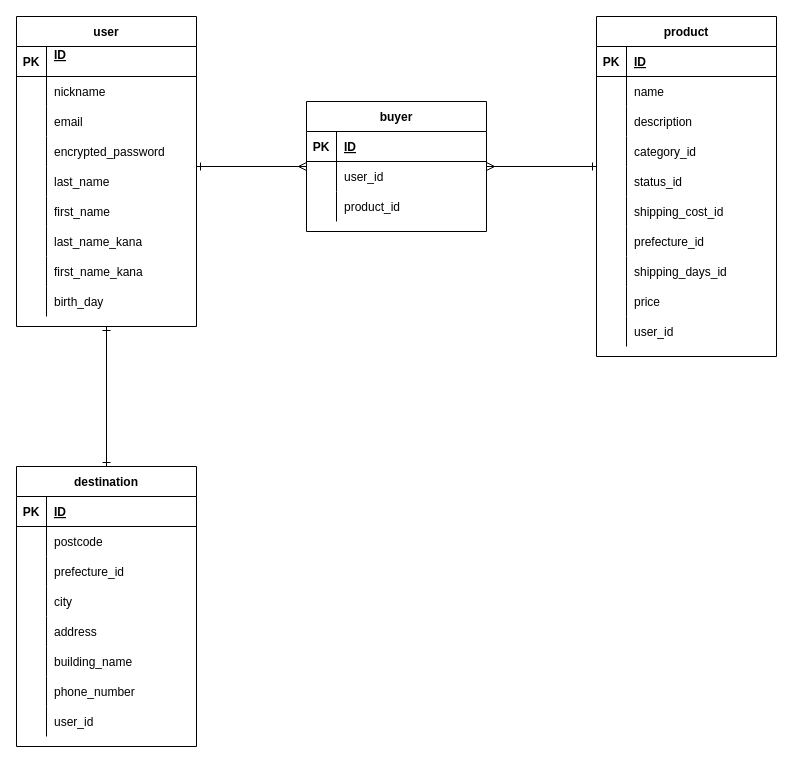
The draw.io diagram app/furima.dio in grimstash420/furima-32864, before the edit. Source tidied: cells renumbered, new cells numbered last; positions are measured from the earlier drawing's top-left corner, leaving out a move shared by most shapes. Both pictures are drawn from the tidied source at 100%, with x=0, y=0 at pixel (16, 16).
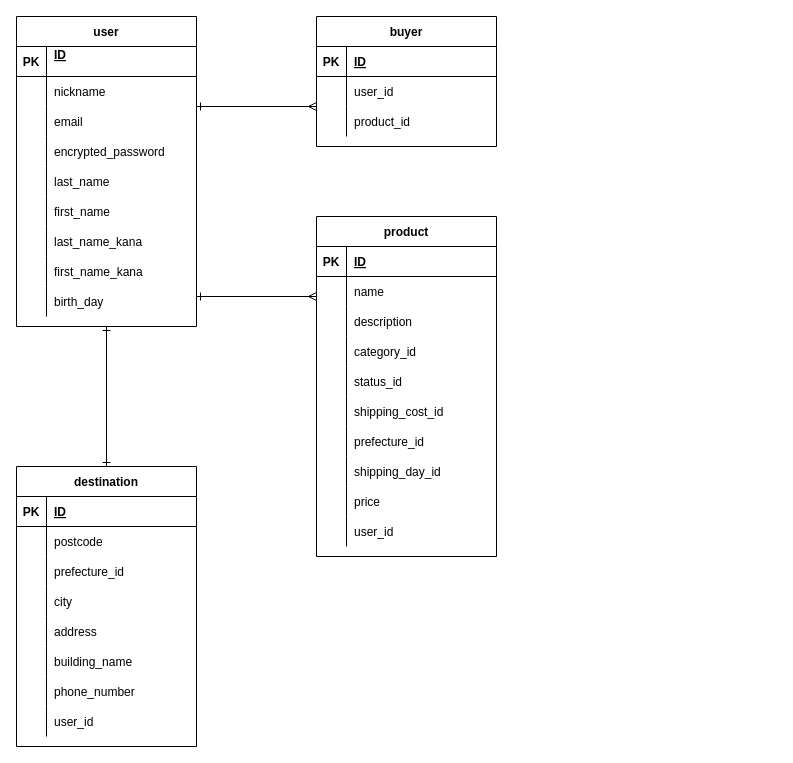
The same page after the edit.

Commit message (it also covers changes not shown here):
データベースの設計

Unchanged cells that the change refers to:
```xml
<mxCell id="52" style="shape=partialRectangle;fillColor=none;top=0;left=0;bottom=0;right=0;" parent="30" vertex="1">
  <mxGeometry y="240" width="180" height="30" as="geometry" />
</mxCell>
```

The edit, as a diff of the source:
```diff
@@
     <mxCell id="30" value="product" style="shape=table;startSize=30;childLayout=tableLayout;rowLines=0;fontStyle=1;align=center;" parent="1" vertex="1">
-      <mxGeometry x="580" width="180" height="340" as="geometry" />
+      <mxGeometry x="300" y="200" width="180" height="340" as="geometry" />
     </mxCell>
@@
-    <mxCell id="54" value="shipping_days_id" style="shape=partialRectangle;fillColor=none;top=0;left=0;bottom=0;right=0;align=left;spacingLeft=6;overflow=hidden;" parent="52" vertex="1">
+    <mxCell id="54" value="shipping_day_id" style="shape=partialRectangle;fillColor=none;top=0;left=0;bottom=0;right=0;align=left;spacingLeft=6;overflow=hidden;" parent="52" vertex="1">
       <mxGeometry x="30" width="150" height="30" as="geometry" />
     </mxCell>
@@
     <mxCell id="87" value="buyer" style="shape=table;startSize=30;childLayout=tableLayout;rowLines=0;fontStyle=1;align=center;" parent="1" vertex="1">
-      <mxGeometry x="290" y="85" width="180" height="130" as="geometry" />
+      <mxGeometry x="300" width="180" height="130" as="geometry" />
     </mxCell>
@@
-    <mxCell id="97" style="endArrow=ERmany;html=1;rounded=0;startArrow=ERone;startFill=0;endFill=0;" parent="1" edge="1">
-      <mxGeometry relative="1" as="geometry">
-        <mxPoint x="180" y="150" as="sourcePoint" />
-        <mxPoint x="290" y="150" as="targetPoint" />
-      </mxGeometry>
-    </mxCell>
-    <mxCell id="98" style="endArrow=ERone;html=1;rounded=0;startArrow=ERmany;startFill=0;endFill=0;" parent="1" edge="1">
-      <mxGeometry relative="1" as="geometry">
-        <mxPoint x="470" y="150" as="sourcePoint" />
-        <mxPoint x="580" y="150" as="targetPoint" />
-      </mxGeometry>
-    </mxCell>
+    <mxCell id="99" style="endArrow=ERmany;html=1;rounded=0;startArrow=ERone;startFill=0;endFill=0;" parent="1" edge="1">
+      <mxGeometry relative="1" as="geometry">
+        <mxPoint x="180" y="90" as="sourcePoint" />
+        <mxPoint x="300" y="90" as="targetPoint" />
+      </mxGeometry>
+    </mxCell>
+    <mxCell id="100" style="endArrow=ERmany;html=1;rounded=0;startArrow=ERone;startFill=0;endFill=0;" parent="1" edge="1">
+      <mxGeometry relative="1" as="geometry">
+        <mxPoint x="180" y="280" as="sourcePoint" />
+        <mxPoint x="300" y="280" as="targetPoint" />
+      </mxGeometry>
+    </mxCell>
```
